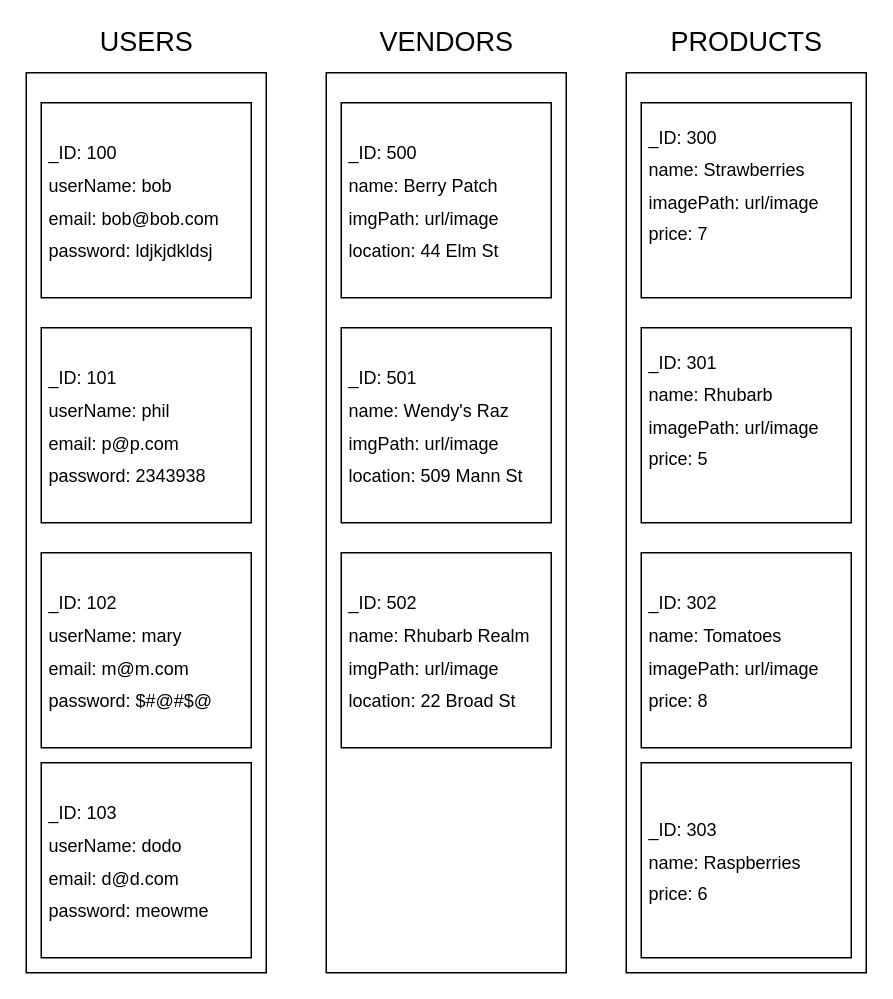
Earlier version of the draw.io diagram _database-design/main-design.drawio (shaxbeard/tuber). Source tidied: cells renumbered, new cells numbered last; positions are measured from the earlier drawing's top-left corner, leaving out a move shared by most shapes. Both pictures are drawn from the tidied source at 150%, with x=0, y=0 at pixel (26, 27).
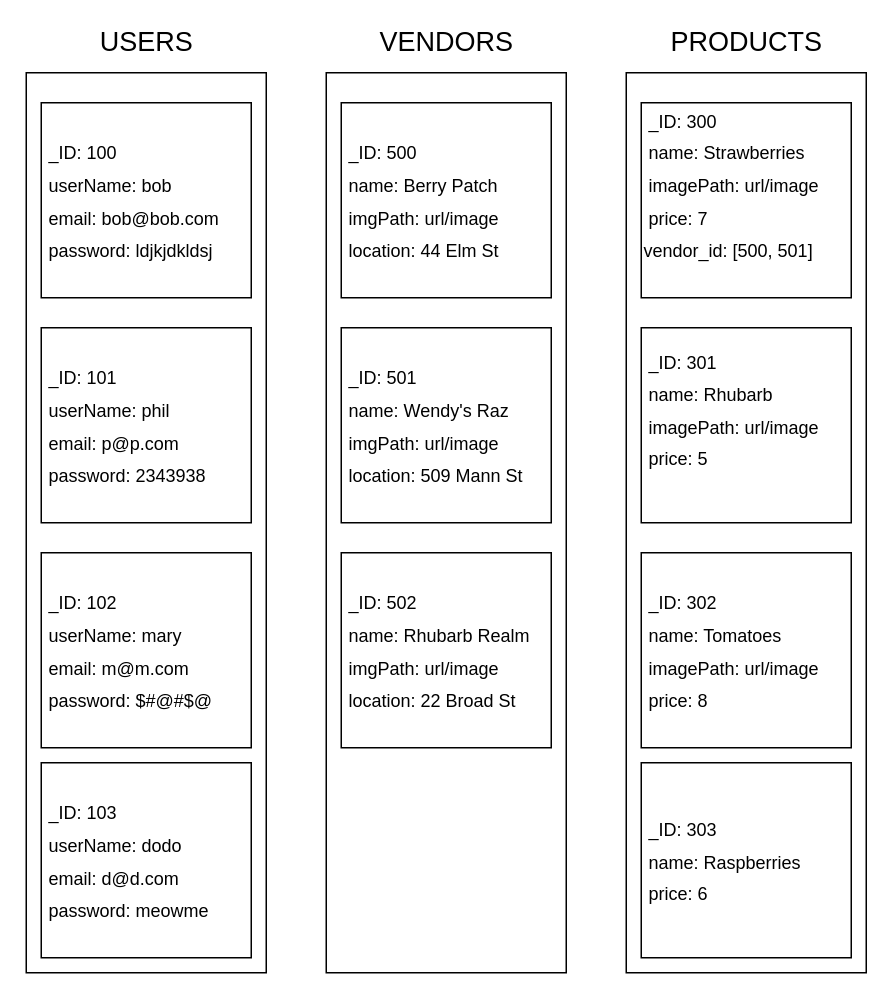
Above is the later version.

Commit message:
Update the diagram for the project data

Change to the diagram source:
```diff
@@
 <mxGraphModel>
   <root>
     <mxCell id="0" />
     <mxCell id="1" parent="0" />
     <mxCell id="2" style="whiteSpace=wrap;html=1;" parent="1" vertex="1">
       <mxGeometry y="30" width="160" height="600" as="geometry" />
     </mxCell>
     <mxCell id="3" value="&lt;font style=&quot;font-size: 18px&quot;&gt;USERS&lt;/font&gt;" style="text;html=1;align=center;verticalAlign=middle;strokeColor=none;fillColor=none;" parent="1" vertex="1">
       <mxGeometry x="40" width="80" height="20" as="geometry" />
     </mxCell>
     <mxCell id="4" style="whiteSpace=wrap;html=1;" parent="1" vertex="1">
       <mxGeometry x="200" y="30" width="160" height="600" as="geometry" />
     </mxCell>
     <mxCell id="5" value="&lt;font style=&quot;font-size: 18px&quot;&gt;VENDORS&lt;/font&gt;" style="text;html=1;align=center;verticalAlign=middle;strokeColor=none;fillColor=none;" parent="1" vertex="1">
       <mxGeometry x="230" width="100" height="20" as="geometry" />
     </mxCell>
     <mxCell id="6" style="whiteSpace=wrap;html=1;" parent="1" vertex="1">
       <mxGeometry x="400" y="30" width="160" height="600" as="geometry" />
     </mxCell>
     <mxCell id="7" value="&lt;font style=&quot;font-size: 18px&quot;&gt;PRODUCTS&lt;/font&gt;" style="text;html=1;align=center;verticalAlign=middle;strokeColor=none;fillColor=none;" parent="1" vertex="1">
       <mxGeometry x="420" width="120" height="20" as="geometry" />
     </mxCell>
     <mxCell id="8" value="&lt;font style=&quot;font-size: 12px&quot;&gt;&amp;nbsp;_ID: 100&lt;br&gt;&amp;nbsp;userName: bob&lt;br&gt;&amp;nbsp;email: bob@bob.com&lt;br&gt;&amp;nbsp;password: ldjkjdkldsj&lt;br&gt;&lt;/font&gt;" style="whiteSpace=wrap;html=1;fontSize=18;align=left;" parent="1" vertex="1">
       <mxGeometry x="10" y="50" width="140" height="130" as="geometry" />
     </mxCell>
     <mxCell id="9" value="&lt;font style=&quot;font-size: 12px&quot;&gt;&amp;nbsp;_ID: 101&lt;br&gt;&amp;nbsp;userName: phil&lt;br&gt;&amp;nbsp;email: p@p.com&lt;br&gt;&amp;nbsp;password: 2343938&lt;br&gt;&lt;/font&gt;" style="whiteSpace=wrap;html=1;fontSize=18;align=left;" parent="1" vertex="1">
       <mxGeometry x="10" y="200" width="140" height="130" as="geometry" />
     </mxCell>
     <mxCell id="10" value="&lt;font style=&quot;font-size: 12px&quot;&gt;&amp;nbsp;_ID: 102&lt;br&gt;&amp;nbsp;userName: mary&lt;br&gt;&amp;nbsp;email: m@m.com&lt;br&gt;&amp;nbsp;password: $#@#$@&lt;br&gt;&lt;/font&gt;" style="whiteSpace=wrap;html=1;fontSize=18;align=left;" parent="1" vertex="1">
       <mxGeometry x="10" y="350" width="140" height="130" as="geometry" />
     </mxCell>
     <mxCell id="11" value="&lt;font style=&quot;font-size: 12px&quot;&gt;&amp;nbsp;_ID: 500&lt;br&gt;&amp;nbsp;name: Berry Patch&lt;br&gt;&amp;nbsp;imgPath: url/image&lt;br&gt;&amp;nbsp;location: 44 Elm St&lt;br&gt;&lt;/font&gt;" style="whiteSpace=wrap;html=1;fontSize=18;align=left;" parent="1" vertex="1">
       <mxGeometry x="210" y="50" width="140" height="130" as="geometry" />
     </mxCell>
     <mxCell id="12" value="&lt;font style=&quot;font-size: 12px&quot;&gt;&amp;nbsp;_ID: 501&lt;br&gt;&amp;nbsp;name: Wendy's Raz&lt;br&gt;&amp;nbsp;imgPath: url/image&lt;br&gt;&amp;nbsp;location: 509 Mann St&lt;br&gt;&lt;/font&gt;" style="whiteSpace=wrap;html=1;fontSize=18;align=left;" parent="1" vertex="1">
       <mxGeometry x="210" y="200" width="140" height="130" as="geometry" />
     </mxCell>
     <mxCell id="13" value="&lt;font style=&quot;font-size: 12px&quot;&gt;&amp;nbsp;_ID: 502&lt;br&gt;&amp;nbsp;name: Rhubarb Realm&lt;br&gt;&amp;nbsp;imgPath: url/image&lt;br&gt;&amp;nbsp;location: 22 Broad St&lt;br&gt;&lt;/font&gt;" style="whiteSpace=wrap;html=1;fontSize=18;align=left;" parent="1" vertex="1">
       <mxGeometry x="210" y="350" width="140" height="130" as="geometry" />
     </mxCell>
     <mxCell id="14" value="&lt;font style=&quot;font-size: 12px&quot;&gt;&amp;nbsp;_ID: 103&lt;br&gt;&amp;nbsp;userName: dodo&lt;br&gt;&amp;nbsp;email: d@d.com&lt;br&gt;&amp;nbsp;password: meowme&lt;br&gt;&lt;/font&gt;" style="whiteSpace=wrap;html=1;fontSize=18;align=left;" parent="1" vertex="1">
       <mxGeometry x="10" y="490" width="140" height="130" as="geometry" />
     </mxCell>
-    <mxCell id="15" value="&lt;font style=&quot;font-size: 12px&quot;&gt;&amp;nbsp;_ID: 300&lt;br&gt;&amp;nbsp;name: Strawberries&lt;br&gt;&amp;nbsp;imagePath: url/image&lt;br&gt;&amp;nbsp;price: 7&lt;br&gt;&lt;br&gt;&lt;/font&gt;" style="whiteSpace=wrap;html=1;fontSize=18;align=left;" parent="1" vertex="1">
+    <mxCell id="15" value="&lt;font style=&quot;font-size: 12px&quot;&gt;&amp;nbsp;_ID: 300&lt;br&gt;&amp;nbsp;name: Strawberries&lt;br&gt;&amp;nbsp;imagePath: url/image&lt;br&gt;&amp;nbsp;price: 7&lt;br&gt;vendor_id: [500, 501]&lt;br&gt;&lt;br&gt;&lt;/font&gt;" style="whiteSpace=wrap;html=1;fontSize=18;align=left;" parent="1" vertex="1">
       <mxGeometry x="410" y="50" width="140" height="130" as="geometry" />
     </mxCell>
     <mxCell id="16" value="&lt;font style=&quot;font-size: 12px&quot;&gt;&amp;nbsp;_ID: 301&lt;br&gt;&amp;nbsp;name: Rhubarb&lt;br&gt;&amp;nbsp;imagePath: url/image&lt;br&gt;&amp;nbsp;price: 5&lt;br&gt;&lt;br&gt;&lt;/font&gt;" style="whiteSpace=wrap;html=1;fontSize=18;align=left;" parent="1" vertex="1">
       <mxGeometry x="410" y="200" width="140" height="130" as="geometry" />
     </mxCell>
     <mxCell id="17" value="&lt;font style=&quot;font-size: 12px&quot;&gt;&amp;nbsp;_ID: 302&lt;br&gt;&amp;nbsp;name: Tomatoes&lt;br&gt;&amp;nbsp;imagePath: url/image&lt;br&gt;&amp;nbsp;price: 8&lt;br&gt;&lt;/font&gt;" style="whiteSpace=wrap;html=1;fontSize=18;align=left;" parent="1" vertex="1">
       <mxGeometry x="410" y="350" width="140" height="130" as="geometry" />
     </mxCell>
     <mxCell id="18" value="&lt;font style=&quot;font-size: 12px&quot;&gt;&amp;nbsp;_ID: 303&lt;br&gt;&amp;nbsp;name: Raspberries&lt;br&gt;&amp;nbsp;price: 6&lt;br&gt;&lt;/font&gt;" style="whiteSpace=wrap;html=1;fontSize=18;align=left;" parent="1" vertex="1">
       <mxGeometry x="410" y="490" width="140" height="130" as="geometry" />
     </mxCell>
   </root>
 </mxGraphModel>
```
